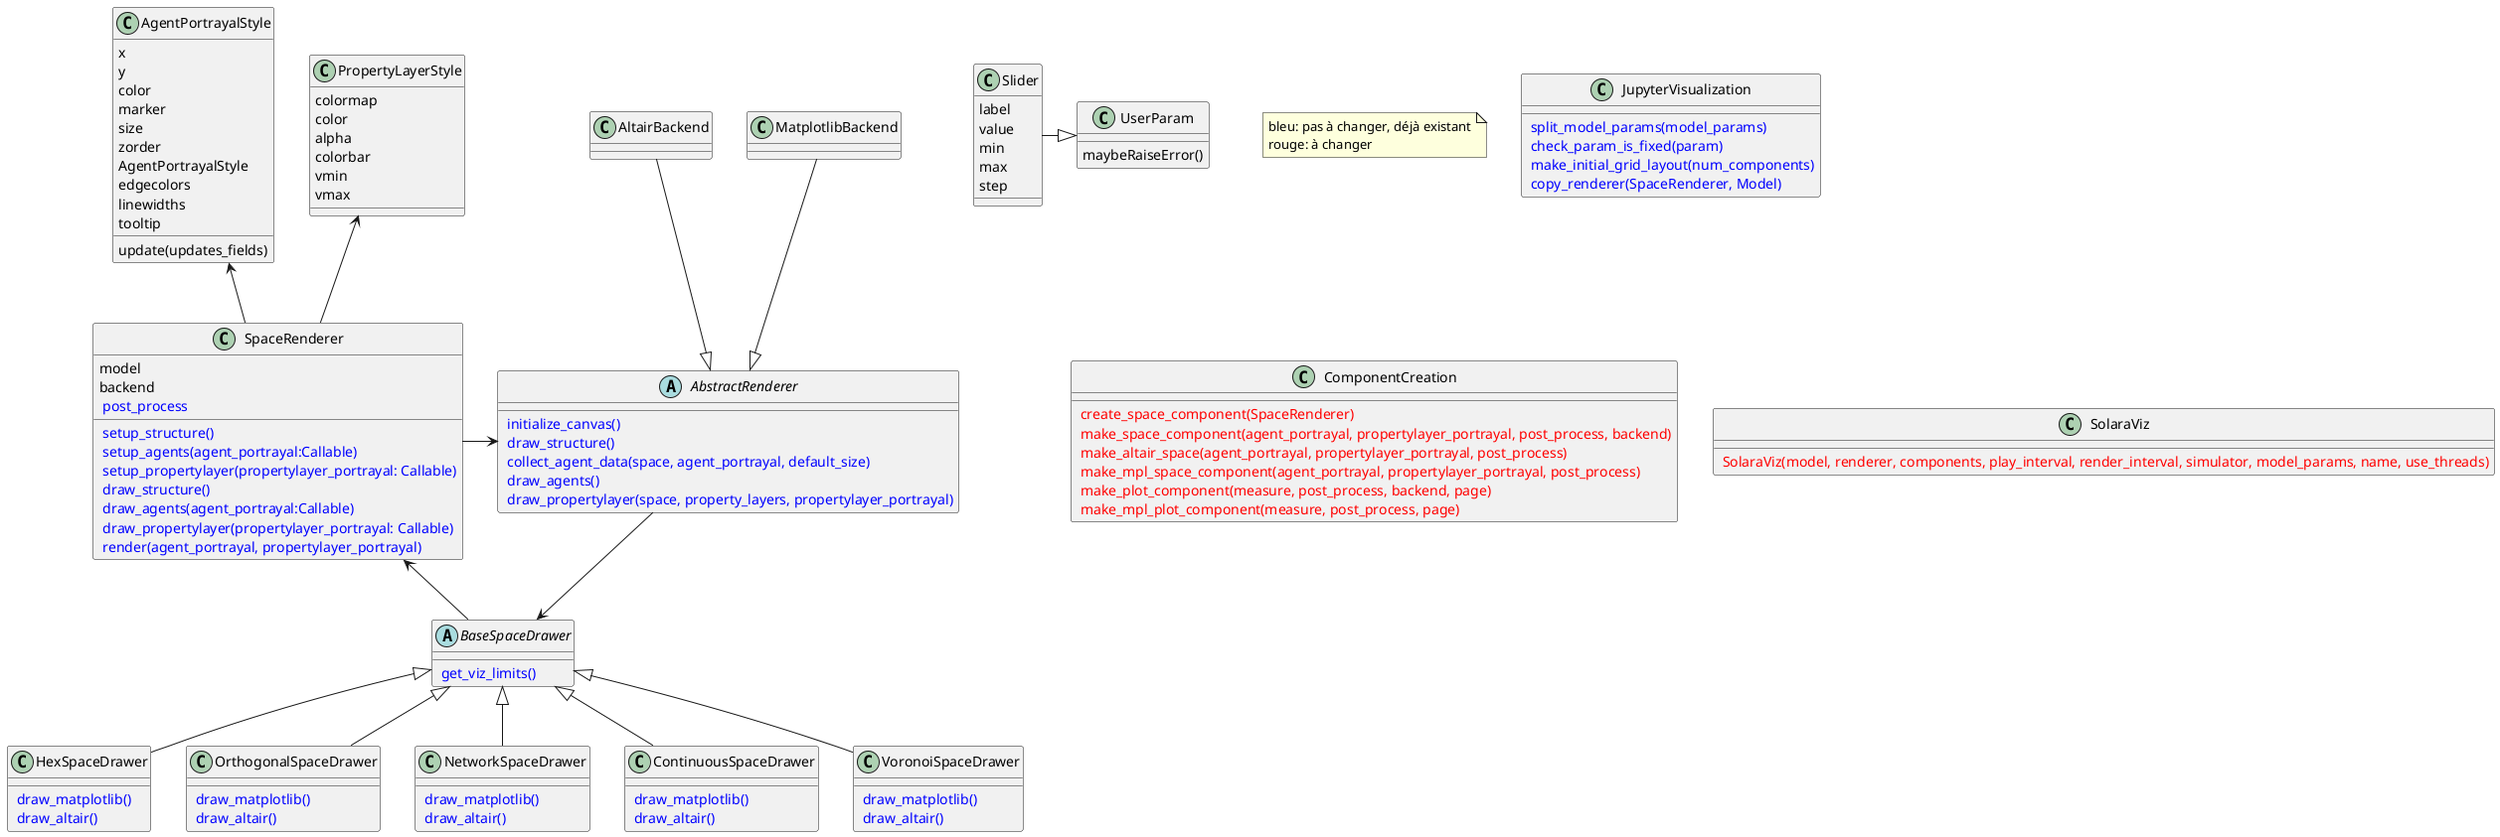
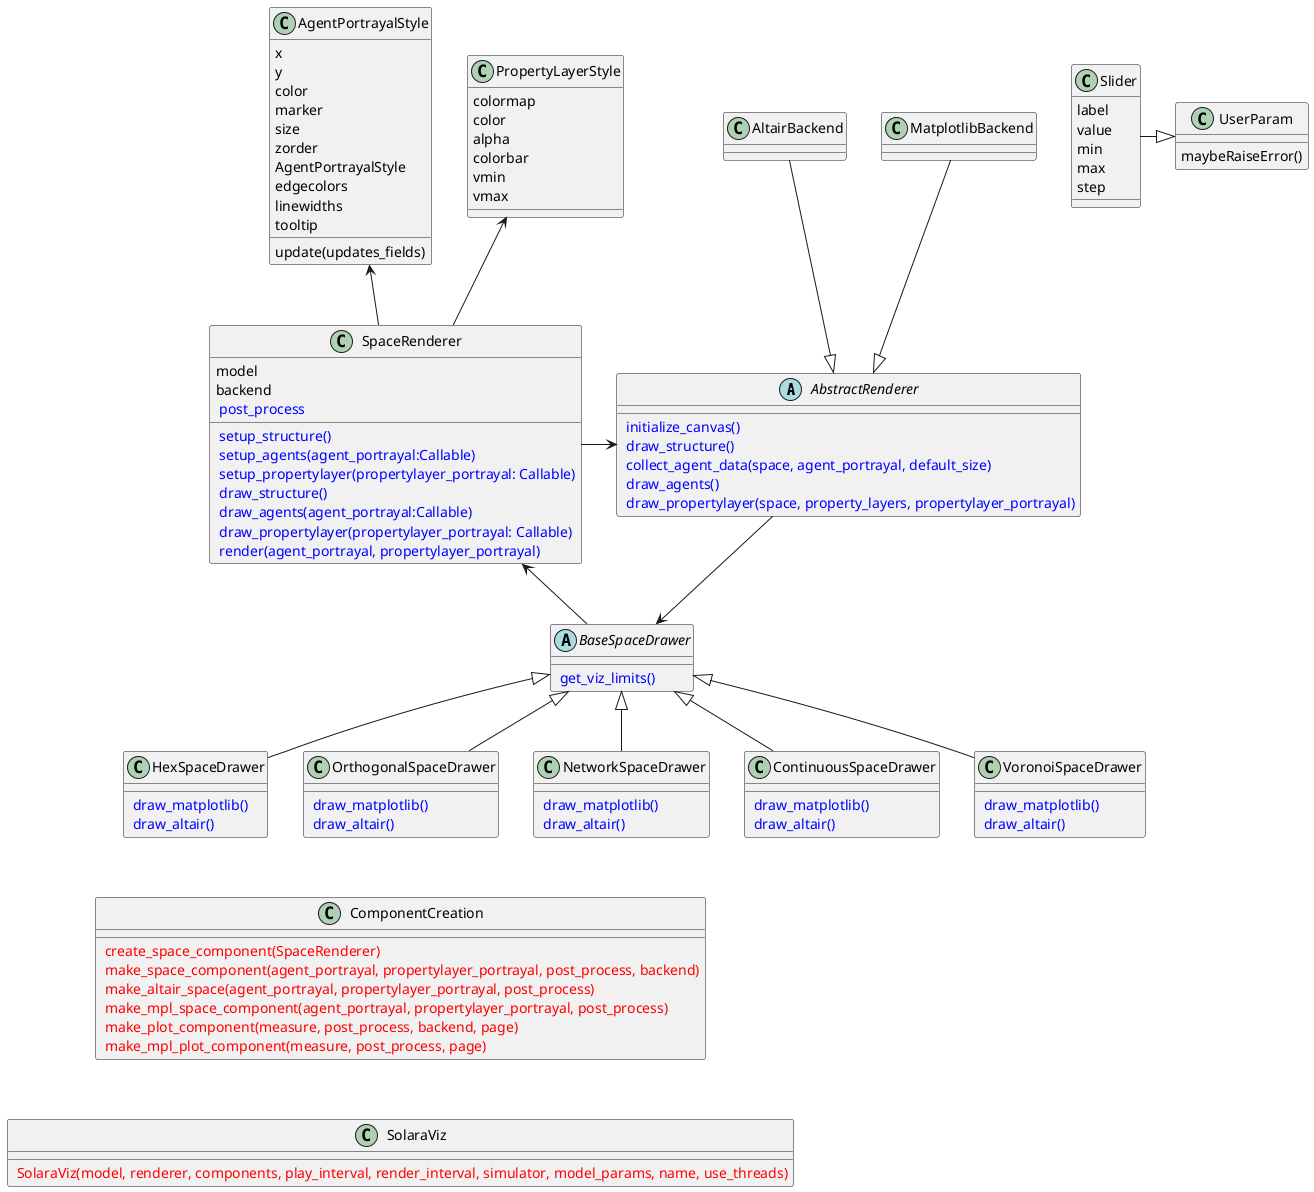
@startuml
- note "bleu: pas à changer, déjà existant\nrouge: à changer" as N1

abstract class AbstractRenderer
AbstractRenderer : <color:blue> initialize_canvas()
AbstractRenderer : <color:blue> draw_structure()
AbstractRenderer : <color:blue> collect_agent_data(space, agent_portrayal, default_size)
AbstractRenderer : <color:blue> draw_agents()
AbstractRenderer : <color:blue> draw_propertylayer(space, property_layers, propertylayer_portrayal)


class AltairBackend

class MatplotlibBackend

AltairBackend --|> AbstractRenderer
MatplotlibBackend --|> AbstractRenderer

class AgentPortrayalStyle
AgentPortrayalStyle : x
AgentPortrayalStyle : y
AgentPortrayalStyle : color
AgentPortrayalStyle : marker
AgentPortrayalStyle : size
AgentPortrayalStyle : zorder
AgentPortrayalStyle : AgentPortrayalStyle
AgentPortrayalStyle : edgecolors
AgentPortrayalStyle : linewidths
AgentPortrayalStyle : tooltip
AgentPortrayalStyle : update(updates_fields)

class PropertyLayerStyle
PropertyLayerStyle : colormap
PropertyLayerStyle : color
PropertyLayerStyle : alpha
PropertyLayerStyle : colorbar
PropertyLayerStyle : vmin
PropertyLayerStyle : vmax

AgentPortrayalStyle <-- SpaceRenderer
PropertyLayerStyle <-- SpaceRenderer

abstract class BaseSpaceDrawer
BaseSpaceDrawer : <color:blue> get_viz_limits()

AbstractRenderer --> BaseSpaceDrawer

class HexSpaceDrawer
class OrthogonalSpaceDrawer
class NetworkSpaceDrawer
class ContinuousSpaceDrawer
class VoronoiSpaceDrawer

HexSpaceDrawer : <color:blue> draw_matplotlib()
HexSpaceDrawer : <color:blue> draw_altair()
OrthogonalSpaceDrawer : <color:blue> draw_matplotlib()
OrthogonalSpaceDrawer : <color:blue> draw_altair()
NetworkSpaceDrawer : <color:blue> draw_matplotlib()
NetworkSpaceDrawer : <color:blue> draw_altair()
ContinuousSpaceDrawer : <color:blue> draw_matplotlib()
ContinuousSpaceDrawer : <color:blue> draw_altair()
VoronoiSpaceDrawer : <color:blue> draw_matplotlib()
VoronoiSpaceDrawer : <color:blue> draw_altair()

BaseSpaceDrawer <|-- HexSpaceDrawer
BaseSpaceDrawer <|-- OrthogonalSpaceDrawer
BaseSpaceDrawer <|-- NetworkSpaceDrawer
BaseSpaceDrawer <|-- ContinuousSpaceDrawer
BaseSpaceDrawer <|-- VoronoiSpaceDrawer

class SpaceRenderer
SpaceRenderer : model
SpaceRenderer : backend
SpaceRenderer : <color:blue> setup_structure()
SpaceRenderer : <color:blue> setup_agents(agent_portrayal:Callable)
SpaceRenderer : <color:blue> setup_propertylayer(propertylayer_portrayal: Callable)
SpaceRenderer : <color:blue> draw_structure()
SpaceRenderer : <color:blue> draw_agents(agent_portrayal:Callable)
SpaceRenderer : <color:blue> draw_propertylayer(propertylayer_portrayal: Callable)
SpaceRenderer : <color:blue> render(agent_portrayal, propertylayer_portrayal)
SpaceRenderer : <color:blue> post_process

SpaceRenderer -> AbstractRenderer
BaseSpaceDrawer --> SpaceRenderer


- 
- class JupyterVisualization
- JupyterVisualization : <color:blue> split_model_params(model_params)
- JupyterVisualization : <color:blue> check_param_is_fixed(param)
- JupyterVisualization : <color:blue> make_initial_grid_layout(num_components)
- JupyterVisualization : <color:blue> copy_renderer(SpaceRenderer, Model)
- 
- 
class UserParam
UserParam : maybeRaiseError()

class Slider
Slider : label
Slider : value
Slider : min
Slider : max
Slider : step

Slider -|> UserParam


class ComponentCreation
ComponentCreation : <color:red> create_space_component(SpaceRenderer)
ComponentCreation : <color:red> make_space_component(agent_portrayal, propertylayer_portrayal, post_process, backend)
ComponentCreation : <color:red> make_altair_space(agent_portrayal, propertylayer_portrayal, post_process)
ComponentCreation : <color:red> make_mpl_space_component(agent_portrayal, propertylayer_portrayal, post_process)
ComponentCreation : <color:red> make_plot_component(measure, post_process, backend, page)
ComponentCreation : <color:red> make_mpl_plot_component(measure, post_process, page)

+ OrthogonalSpaceDrawer -[hidden]-> ComponentCreation
+ ComponentCreation -[hidden]-> SolaraViz

class SolaraViz
SolaraViz : <color:red> SolaraViz(model, renderer, components, play_interval, render_interval, simulator, model_params, name, use_threads)


@enduml